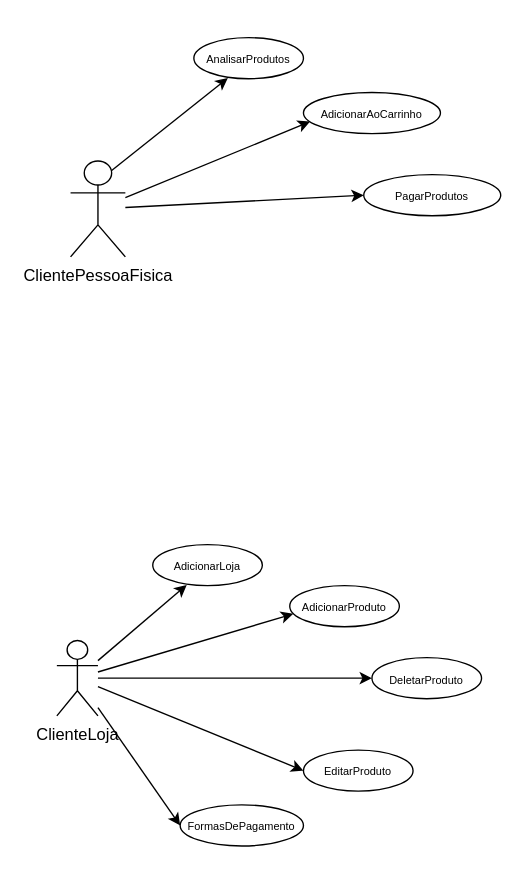
Above: DiagramasPIMVII.drawio in GustavoFerreira143/AtividadeSenai (draw.io), before the change. Source tidied: cells renumbered, new cells numbered last; positions are measured from the earlier drawing's top-left corner, leaving out a move shared by most shapes. Both pictures are drawn from the tidied source at 137%, with x=0, y=0 at pixel (56, 37).
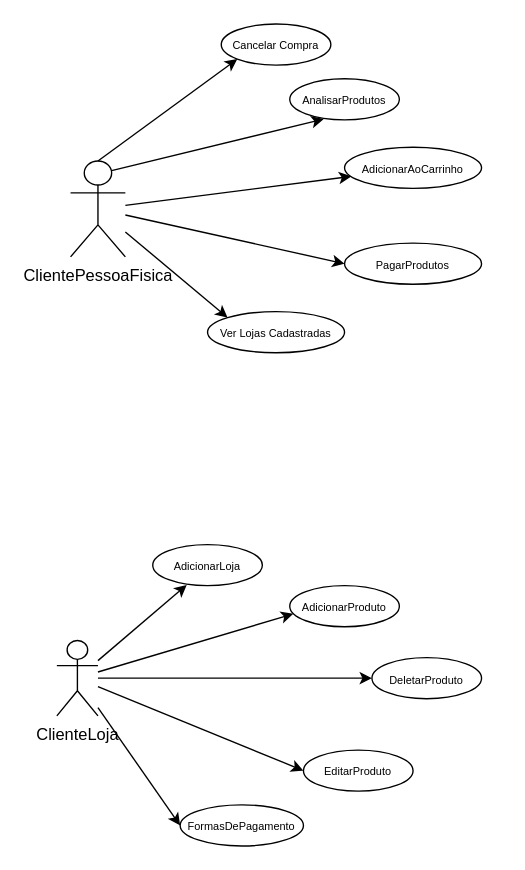
The same page after the edit.

Unchanged cells that the change refers to:
```xml
<mxCell id="2" value="ClientePessoaFisica" style="shape=umlActor;verticalLabelPosition=bottom;verticalAlign=top;html=1;outlineConnect=0;" parent="1" vertex="1">
  <mxGeometry x="10" y="90" width="40" height="70" as="geometry" />
</mxCell>
```

What changed in the source:
```diff
@@
     <mxCell id="14" value="&lt;font style=&quot;font-size: 8px;&quot;&gt;AnalisarProdutos&lt;/font&gt;" style="ellipse;whiteSpace=wrap;html=1;" parent="1" vertex="1">
-      <mxGeometry x="100" width="80" height="30" as="geometry" />
+      <mxGeometry x="170" y="30" width="80" height="30" as="geometry" />
     </mxCell>
@@
     <mxCell id="16" value="&lt;font style=&quot;font-size: 8px;&quot;&gt;AdicionarAoCarrinho&lt;/font&gt;" style="ellipse;whiteSpace=wrap;html=1;" parent="1" vertex="1">
-      <mxGeometry x="180" y="40" width="100" height="30" as="geometry" />
+      <mxGeometry x="210" y="80" width="100" height="30" as="geometry" />
     </mxCell>
@@
     <mxCell id="18" value="&lt;span style=&quot;font-size: 8px;&quot;&gt;PagarProdutos&lt;/span&gt;" style="ellipse;whiteSpace=wrap;html=1;" parent="1" vertex="1">
-      <mxGeometry x="224" y="100" width="100" height="30" as="geometry" />
+      <mxGeometry x="210" y="150" width="100" height="30" as="geometry" />
     </mxCell>
@@
+    <mxCell id="20" value="&lt;span style=&quot;font-size: 8px;&quot;&gt;Ver Lojas Cadastradas&lt;/span&gt;" style="ellipse;whiteSpace=wrap;html=1;" parent="1" vertex="1">
+      <mxGeometry x="110" y="200" width="100" height="30" as="geometry" />
+    </mxCell>
+    <mxCell id="21" style="endArrow=classic;html=1;rounded=0;entryX=0;entryY=0;entryDx=0;entryDy=0;" parent="1" edge="1" source="2" target="20">
+      <mxGeometry relative="1" as="geometry" />
+    </mxCell>
+    <mxCell id="22" value="&lt;font style=&quot;font-size: 8px;&quot;&gt;Cancelar Compra&lt;/font&gt;" style="ellipse;whiteSpace=wrap;html=1;" parent="1" vertex="1">
+      <mxGeometry x="120" y="-10" width="80" height="30" as="geometry" />
+    </mxCell>
+    <mxCell id="23" style="endArrow=classic;html=1;rounded=0;exitX=0.5;exitY=0;exitDx=0;exitDy=0;exitPerimeter=0;entryX=0;entryY=1;entryDx=0;entryDy=0;" parent="1" edge="1" source="2" target="22">
+      <mxGeometry relative="1" as="geometry" />
+    </mxCell>
```
